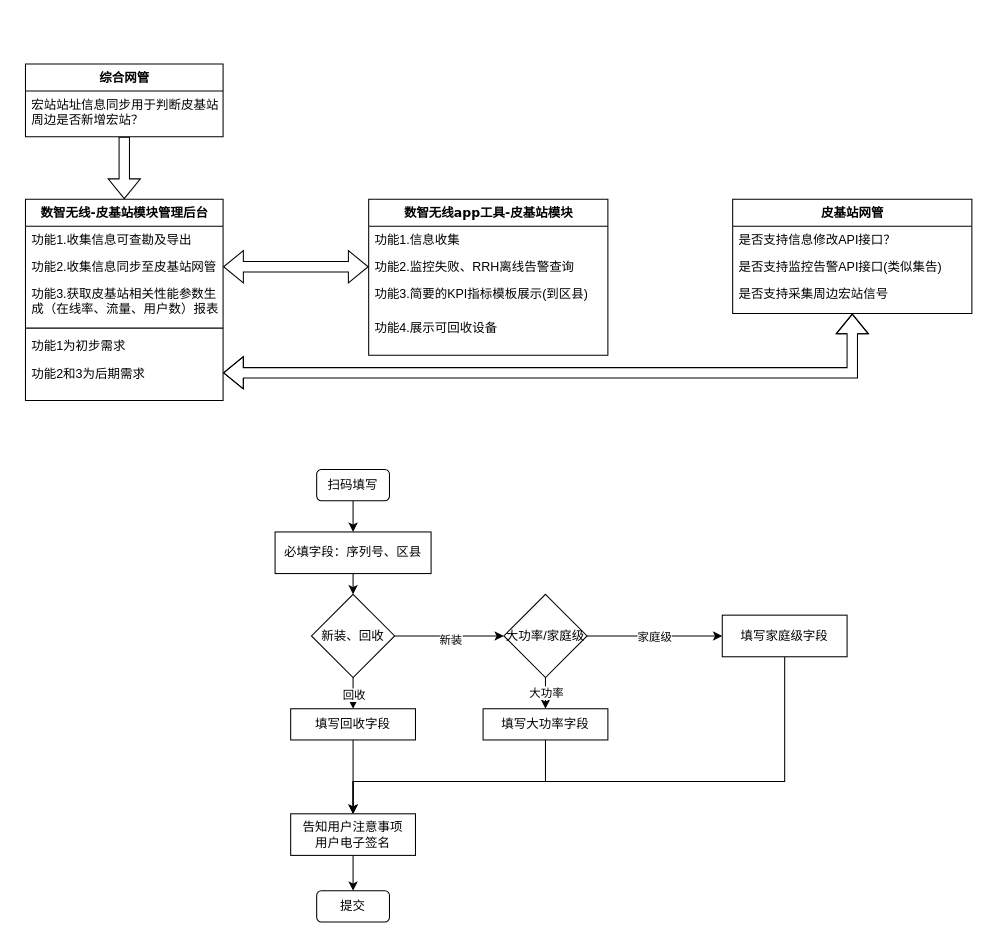
The draw.io diagram 数值无线皮基站模块.drawio in LJGxuyaohui/diagrams-fig, before the edit. Source tidied: cells renumbered, new cells numbered last; positions are measured from the earlier drawing's top-left corner, leaving out a move shared by most shapes. Both pictures are drawn from the tidied source at 104%, with x=0, y=0 at pixel (25, 63).
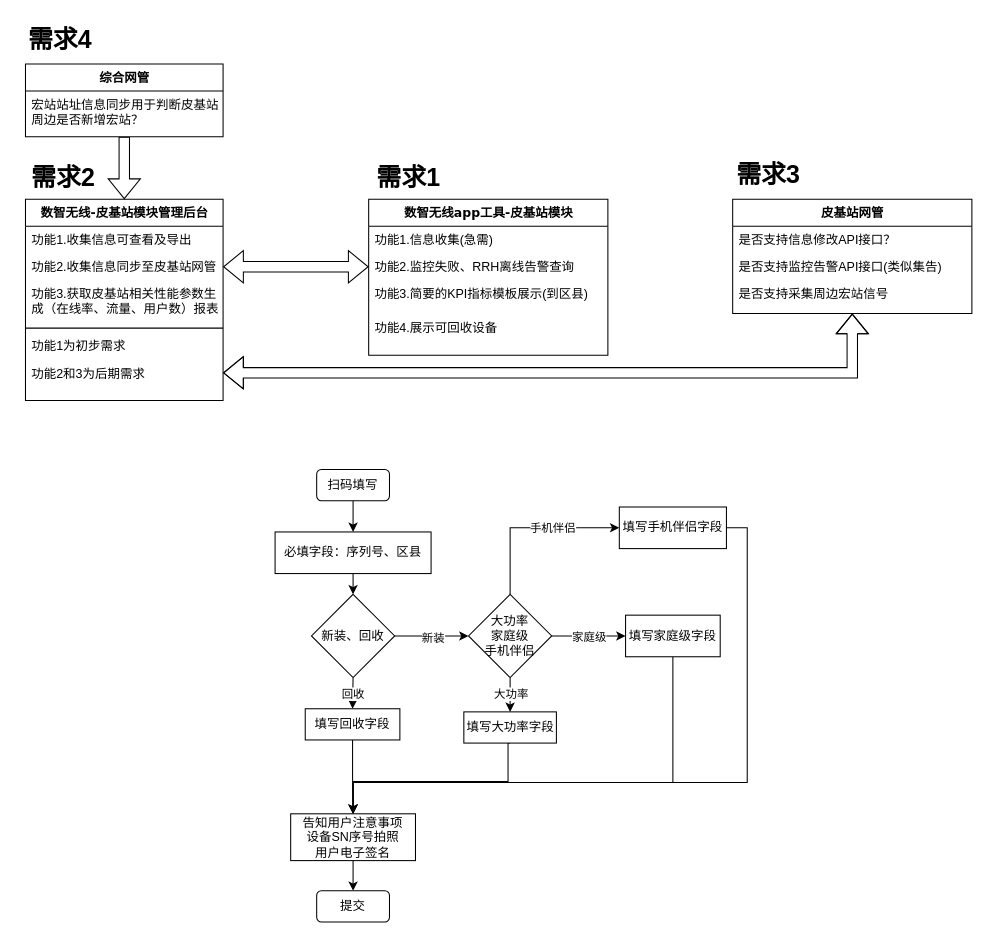
After the change.

Commit message:
更新数值无线皮基站模块.drawio

Unchanged cells that the change refers to:
```xml
<mxCell id="2" value="数智无线app工具-皮基站模块" style="swimlane;html=1;fontStyle=1;align=center;verticalAlign=top;horizontal=1;startSize=26;swimlaneFillColor=#ffffff;rounded=0;shadow=0;comic=0;labelBackgroundColor=none;strokeWidth=1;fillColor=none;fontFamily=Verdana;fontSize=12;" parent="1" vertex="1">
  <mxGeometry x="330" y="130" width="230" height="150" as="geometry" />
</mxCell>
<mxCell id="11" value="数智无线-皮基站模块管理后台" style="swimlane;html=1;fontStyle=1;align=center;verticalAlign=top;horizontal=1;startSize=26;swimlaneFillColor=#ffffff;rounded=0;shadow=0;comic=0;labelBackgroundColor=none;strokeWidth=1;fillColor=none;fontFamily=Verdana;fontSize=12;" parent="1" vertex="1">
  <mxGeometry y="130" width="190" height="193.5" as="geometry" />
</mxCell>
<mxCell id="29" style="edgeStyle=orthogonalEdgeStyle;rounded=0;jettySize=auto;html=1;exitX=1;exitY=0.5;exitDx=0;exitDy=0;entryX=0;entryY=0.5;entryDx=0;entryDy=0;" parent="1" edge="1" source="31" target="38">
  <mxGeometry relative="1" as="geometry" />
</mxCell>
```

The edit, as a diff of the source:
```diff
@@
-    <mxCell id="3" value="功能1.信息收集" style="text;html=1;strokeColor=none;fillColor=none;align=left;verticalAlign=top;spacingLeft=4;spacingRight=4;whiteSpace=wrap;overflow=hidden;" parent="2" vertex="1">
+    <mxCell id="3" value="功能1.信息收集(急需)" style="text;html=1;strokeColor=none;fillColor=none;align=left;verticalAlign=top;spacingLeft=4;spacingRight=4;whiteSpace=wrap;overflow=hidden;" parent="2" vertex="1">
       <mxGeometry y="26" width="230" height="26" as="geometry" />
     </mxCell>
@@
-    <mxCell id="12" value="功能1.收集信息可查勘及导出" style="text;html=1;strokeColor=none;fillColor=none;align=left;verticalAlign=top;spacingLeft=4;spacingRight=4;whiteSpace=wrap;overflow=hidden;" parent="11" vertex="1">
+    <mxCell id="12" value="功能1.收集信息可查看及导出" style="text;html=1;strokeColor=none;fillColor=none;align=left;verticalAlign=top;spacingLeft=4;spacingRight=4;whiteSpace=wrap;overflow=hidden;" parent="11" vertex="1">
       <mxGeometry y="26" width="190" height="26" as="geometry" />
     </mxCell>
@@
     <mxCell id="30" value="新装" style="edgeLabel;html=1;align=center;verticalAlign=middle;" parent="29" vertex="1">
-      <mxGeometry x="0.01" y="-3" relative="1" as="geometry" />
+      <mxGeometry x="0.01" y="-3" relative="1" as="geometry">
+        <mxPoint y="-2" as="offset" />
+      </mxGeometry>
     </mxCell>
@@
     <mxCell id="33" value="填写回收字段" style="rounded=0;whiteSpace=wrap;html=1;" parent="1" vertex="1">
-      <mxGeometry x="255" y="620" width="120" height="30" as="geometry" />
+      <mxGeometry x="269" y="620" width="91" height="30" as="geometry" />
     </mxCell>
@@
+    <mxCell id="46" style="edgeStyle=orthogonalEdgeStyle;rounded=0;jettySize=auto;html=1;exitX=0.5;exitY=0;exitDx=0;exitDy=0;entryX=0;entryY=0.5;entryDx=0;entryDy=0;" parent="1" edge="1" source="38" target="49">
+      <mxGeometry relative="1" as="geometry" />
+    </mxCell>
+    <mxCell id="47" value="手机伴侣" style="edgeLabel;html=1;align=center;verticalAlign=middle;" parent="46" vertex="1">
+      <mxGeometry x="0.02" y="-2" relative="1" as="geometry">
+        <mxPoint x="18" y="-2" as="offset" />
+      </mxGeometry>
+    </mxCell>
-    <mxCell id="38" value="大功率/家庭级" style="rhombus;whiteSpace=wrap;html=1;" parent="1" vertex="1">
-      <mxGeometry x="460" y="510" width="80" height="80" as="geometry" />
+    <mxCell id="38" value="大功率&lt;br&gt;家庭级&lt;br&gt;手机伴侣" style="rhombus;whiteSpace=wrap;html=1;" parent="1" vertex="1">
+      <mxGeometry x="426" y="510" width="80" height="80" as="geometry" />
     </mxCell>
     <mxCell id="39" style="edgeStyle=orthogonalEdgeStyle;rounded=0;jettySize=auto;html=1;exitX=0.5;exitY=1;exitDx=0;exitDy=0;entryX=0.5;entryY=0;entryDx=0;entryDy=0;" parent="1" edge="1" source="40" target="44">
       <mxGeometry relative="1" as="geometry">
         <Array as="points">
-          <mxPoint x="730" y="690" />
-          <mxPoint x="315" y="690" />
+          <mxPoint x="623" y="691" />
+          <mxPoint x="315" y="691" />
         </Array>
       </mxGeometry>
     </mxCell>
     <mxCell id="40" value="填写家庭级字段" style="rounded=0;whiteSpace=wrap;html=1;" parent="1" vertex="1">
-      <mxGeometry x="670" y="530" width="120" height="40" as="geometry" />
+      <mxGeometry x="577" y="530" width="91" height="40" as="geometry" />
     </mxCell>
     <mxCell id="41" style="edgeStyle=orthogonalEdgeStyle;rounded=0;jettySize=auto;html=1;exitX=0.5;exitY=1;exitDx=0;exitDy=0;entryX=0.5;entryY=0;entryDx=0;entryDy=0;" parent="1" edge="1" source="42" target="44">
       <mxGeometry relative="1" as="geometry">
         <Array as="points">
-          <mxPoint x="500" y="690" />
+          <mxPoint x="464" y="653" />
+          <mxPoint x="464" y="690" />
           <mxPoint x="315" y="690" />
         </Array>
       </mxGeometry>
     </mxCell>
     <mxCell id="42" value="填写大功率字段" style="rounded=0;whiteSpace=wrap;html=1;" parent="1" vertex="1">
-      <mxGeometry x="440" y="620" width="120" height="30" as="geometry" />
+      <mxGeometry x="421.5" y="623" width="89" height="30" as="geometry" />
     </mxCell>
@@
-    <mxCell id="44" value="告知用户注意事项&lt;br&gt;用户电子签名" style="rounded=0;whiteSpace=wrap;html=1;" parent="1" vertex="1">
-      <mxGeometry x="255" y="721" width="120" height="40" as="geometry" />
+    <mxCell id="44" value="告知用户注意事项&lt;br&gt;设备SN序号拍照&lt;br&gt;用户电子签名" style="rounded=0;whiteSpace=wrap;html=1;" parent="1" vertex="1">
+      <mxGeometry x="255" y="721" width="120" height="45" as="geometry" />
     </mxCell>
@@
+    <mxCell id="48" style="edgeStyle=orthogonalEdgeStyle;rounded=0;jettySize=auto;html=1;exitX=1;exitY=0.5;exitDx=0;exitDy=0;entryX=0.5;entryY=0;entryDx=0;entryDy=0;" parent="1" edge="1" source="49" target="44">
+      <mxGeometry relative="1" as="geometry">
+        <Array as="points">
+          <mxPoint x="694" y="446" />
+          <mxPoint x="694" y="691" />
+          <mxPoint x="315" y="691" />
+        </Array>
+      </mxGeometry>
+    </mxCell>
+    <mxCell id="49" value="填写手机伴侣字段" style="rounded=0;whiteSpace=wrap;html=1;" parent="1" vertex="1">
+      <mxGeometry x="571" y="426" width="103" height="40" as="geometry" />
+    </mxCell>
+    <mxCell id="50" value="&lt;font style=&quot;font-size: 24px;&quot;&gt;&lt;b&gt;需求1&lt;/b&gt;&lt;/font&gt;" style="text;html=1;align=center;verticalAlign=middle;strokeColor=none;fillColor=none;" parent="1" vertex="1">
+      <mxGeometry x="328" y="89" width="79" height="41" as="geometry" />
+    </mxCell>
+    <mxCell id="51" value="&lt;font style=&quot;font-size: 24px;&quot;&gt;&lt;b&gt;需求2&lt;/b&gt;&lt;/font&gt;" style="text;html=1;align=center;verticalAlign=middle;strokeColor=none;fillColor=none;" parent="1" vertex="1">
+      <mxGeometry x="-4" y="89" width="79" height="41" as="geometry" />
+    </mxCell>
+    <mxCell id="52" value="&lt;font style=&quot;font-size: 24px;&quot;&gt;&lt;b&gt;需求3&lt;/b&gt;&lt;/font&gt;" style="text;html=1;align=center;verticalAlign=middle;strokeColor=none;fillColor=none;" parent="1" vertex="1">
+      <mxGeometry x="674" y="86" width="79" height="41" as="geometry" />
+    </mxCell>
+    <mxCell id="53" value="&lt;font style=&quot;font-size: 24px;&quot;&gt;&lt;b&gt;需求4&lt;/b&gt;&lt;/font&gt;" style="text;html=1;align=center;verticalAlign=middle;strokeColor=none;fillColor=none;" parent="1" vertex="1">
+      <mxGeometry x="-7" y="-44" width="79" height="41" as="geometry" />
+    </mxCell>
```
